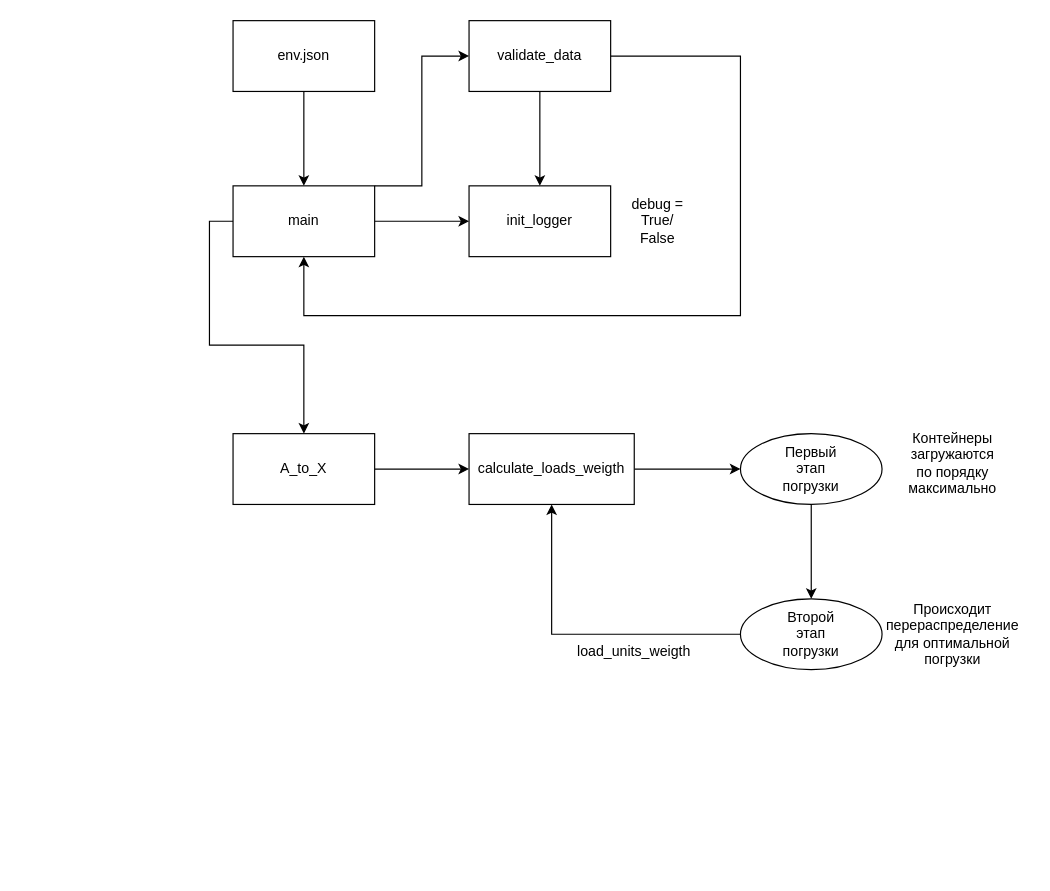
This is MP_CW.drawio from rukavishnikovmihail00/MP_CW, a draw.io file, before an edit. Source tidied: cells renumbered, new cells numbered last; positions are measured from the earlier drawing's top-left corner, leaving out a move shared by most shapes. Both pictures are drawn from the tidied source at 118%, with x=0, y=0 at pixel (232, 20).
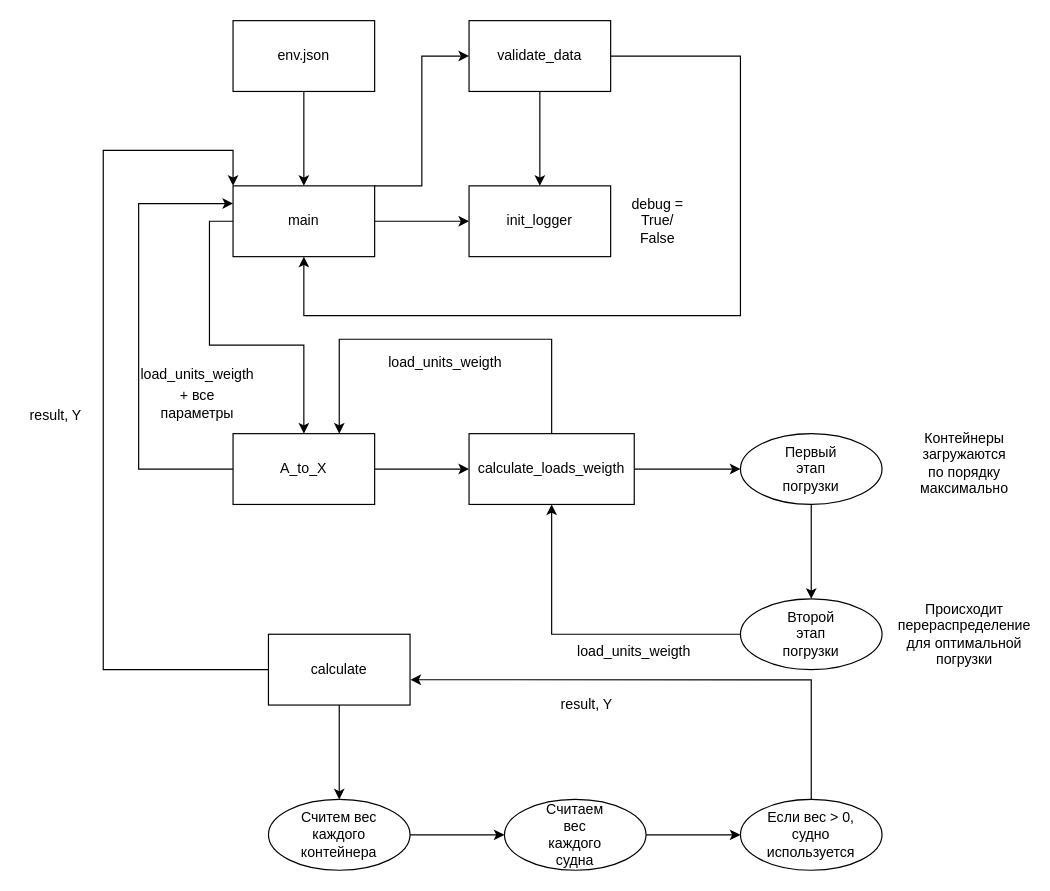
Above is the later version.

The change refers to these unchanged cells:
```xml
<mxCell id="14" value="main" style="rounded=0;whiteSpace=wrap;html=1;" parent="1" vertex="1">
  <mxGeometry y="140" width="120" height="60" as="geometry" />
</mxCell>
<mxCell id="17" value="&lt;div style=&quot;color: rgb(212 , 212 , 212) ; background-color: rgb(30 , 30 , 30) ; font-family: &amp;#34;consolas&amp;#34; , &amp;#34;courier new&amp;#34; , monospace ; font-size: 14px ; line-height: 19px&quot;&gt;&lt;br&gt;&lt;/div&gt;" style="rounded=0;whiteSpace=wrap;html=1;" parent="1" vertex="1">
  <mxGeometry y="350" width="120" height="60" as="geometry" />
</mxCell>
<mxCell id="20" style="rounded=0;whiteSpace=wrap;html=1;" parent="1" vertex="1">
  <mxGeometry x="200" y="350" width="140" height="60" as="geometry" />
</mxCell>
```

What changed in the source:
```diff
@@
+    <mxCell id="31" style="edgeStyle=orthogonalEdgeStyle;rounded=0;jettySize=auto;html=1;exitX=0;exitY=0.5;exitDx=0;exitDy=0;entryX=0;entryY=0.25;entryDx=0;entryDy=0;" parent="1" edge="1" source="17" target="14">
+      <mxGeometry relative="1" as="geometry">
+        <Array as="points">
+          <mxPoint x="-80" y="380" />
+          <mxPoint x="-80" y="155" />
+        </Array>
+      </mxGeometry>
+    </mxCell>
@@
+    <mxCell id="32" style="edgeStyle=orthogonalEdgeStyle;rounded=0;jettySize=auto;html=1;entryX=0.75;entryY=0;entryDx=0;entryDy=0;" parent="1" edge="1" source="20" target="17">
+      <mxGeometry relative="1" as="geometry">
+        <Array as="points">
+          <mxPoint x="270" y="270" />
+          <mxPoint x="90" y="270" />
+        </Array>
+      </mxGeometry>
+    </mxCell>
@@
     <mxCell id="28" value="Контейнеры загружаются по порядку максимально" style="text;html=1;strokeColor=none;fillColor=none;align=center;verticalAlign=middle;whiteSpace=wrap;rounded=0;" parent="1" vertex="1">
-      <mxGeometry x="580" y="360" width="60" height="30" as="geometry" />
+      <mxGeometry x="590" y="360" width="60" height="30" as="geometry" />
     </mxCell>
     <mxCell id="29" value="Происходит перераспределение&lt;br&gt;для оптимальной погрузки" style="text;html=1;strokeColor=none;fillColor=none;align=center;verticalAlign=middle;whiteSpace=wrap;rounded=0;" parent="1" vertex="1">
-      <mxGeometry x="580" y="505" width="60" height="30" as="geometry" />
+      <mxGeometry x="590" y="505" width="60" height="30" as="geometry" />
     </mxCell>
@@
+    <mxCell id="33" value="load_units_weigth" style="text;html=1;strokeColor=none;fillColor=none;align=center;verticalAlign=middle;whiteSpace=wrap;rounded=0;" parent="1" vertex="1">
+      <mxGeometry x="150" y="280" width="60" height="20" as="geometry" />
+    </mxCell>
+    <mxCell id="34" style="edgeStyle=orthogonalEdgeStyle;rounded=0;jettySize=auto;html=1;" parent="1" edge="1" source="36" target="41">
+      <mxGeometry relative="1" as="geometry" />
+    </mxCell>
+    <mxCell id="35" style="edgeStyle=orthogonalEdgeStyle;rounded=0;jettySize=auto;html=1;" parent="1" edge="1" source="36">
+      <mxGeometry relative="1" as="geometry">
+        <mxPoint y="140" as="targetPoint" />
+        <Array as="points">
+          <mxPoint x="-110" y="550" />
+          <mxPoint x="-110" y="110" />
+          <mxPoint y="110" />
+        </Array>
+      </mxGeometry>
+    </mxCell>
+    <mxCell id="36" style="whiteSpace=wrap;html=1;" parent="1" vertex="1">
+      <mxGeometry x="30" y="520" width="120" height="60" as="geometry" />
+    </mxCell>
+    <mxCell id="37" value="load_units_weigth" style="text;html=1;strokeColor=none;fillColor=none;align=center;verticalAlign=middle;whiteSpace=wrap;rounded=0;" parent="1" vertex="1">
+      <mxGeometry x="-60" y="290" width="60" height="20" as="geometry" />
+    </mxCell>
+    <mxCell id="38" value="+ все параметры" style="text;html=1;strokeColor=none;fillColor=none;align=center;verticalAlign=middle;whiteSpace=wrap;rounded=0;" parent="1" vertex="1">
+      <mxGeometry x="-60" y="310" width="60" height="30" as="geometry" />
+    </mxCell>
+    <mxCell id="39" value="calculate" style="text;html=1;strokeColor=none;fillColor=none;align=center;verticalAlign=middle;whiteSpace=wrap;rounded=0;" parent="1" vertex="1">
+      <mxGeometry x="60" y="535" width="60" height="30" as="geometry" />
+    </mxCell>
+    <mxCell id="40" style="edgeStyle=orthogonalEdgeStyle;rounded=0;jettySize=auto;html=1;" parent="1" edge="1" source="41" target="44">
+      <mxGeometry relative="1" as="geometry" />
+    </mxCell>
+    <mxCell id="41" style="ellipse;whiteSpace=wrap;html=1;" parent="1" vertex="1">
+      <mxGeometry x="30" y="660" width="120" height="60" as="geometry" />
+    </mxCell>
+    <mxCell id="42" value="Считем вес каждого контейнера" style="text;html=1;strokeColor=none;fillColor=none;align=center;verticalAlign=middle;whiteSpace=wrap;rounded=0;" parent="1" vertex="1">
+      <mxGeometry x="60" y="675" width="60" height="30" as="geometry" />
+    </mxCell>
+    <mxCell id="43" style="edgeStyle=orthogonalEdgeStyle;rounded=0;jettySize=auto;html=1;" parent="1" edge="1" source="44" target="47">
+      <mxGeometry relative="1" as="geometry" />
+    </mxCell>
+    <mxCell id="44" style="ellipse;whiteSpace=wrap;html=1;" parent="1" vertex="1">
+      <mxGeometry x="230" y="660" width="120" height="60" as="geometry" />
+    </mxCell>
+    <mxCell id="45" value="Считаем вес каждого судна" style="text;html=1;strokeColor=none;fillColor=none;align=center;verticalAlign=middle;whiteSpace=wrap;rounded=0;" parent="1" vertex="1">
+      <mxGeometry x="260" y="675" width="60" height="30" as="geometry" />
+    </mxCell>
+    <mxCell id="46" style="edgeStyle=orthogonalEdgeStyle;rounded=0;jettySize=auto;html=1;entryX=1.003;entryY=0.643;entryDx=0;entryDy=0;entryPerimeter=0;" parent="1" edge="1" source="47" target="36">
+      <mxGeometry relative="1" as="geometry">
+        <Array as="points">
+          <mxPoint x="490" y="559" />
+        </Array>
+      </mxGeometry>
+    </mxCell>
+    <mxCell id="47" style="ellipse;whiteSpace=wrap;html=1;" parent="1" vertex="1">
+      <mxGeometry x="430" y="660" width="120" height="60" as="geometry" />
+    </mxCell>
+    <mxCell id="48" value="Если вес &amp;gt; 0,&lt;br&gt;судно используется" style="text;html=1;strokeColor=none;fillColor=none;align=center;verticalAlign=middle;whiteSpace=wrap;rounded=0;" parent="1" vertex="1">
+      <mxGeometry x="460" y="675" width="60" height="30" as="geometry" />
+    </mxCell>
+    <mxCell id="49" value="result, Y" style="text;html=1;strokeColor=none;fillColor=none;align=center;verticalAlign=middle;whiteSpace=wrap;rounded=0;" parent="1" vertex="1">
+      <mxGeometry x="270" y="565" width="60" height="30" as="geometry" />
+    </mxCell>
+    <mxCell id="50" value="result, Y" style="text;html=1;strokeColor=none;fillColor=none;align=center;verticalAlign=middle;whiteSpace=wrap;rounded=0;" parent="1" vertex="1">
+      <mxGeometry x="-180" y="320" width="60" height="30" as="geometry" />
+    </mxCell>
```
